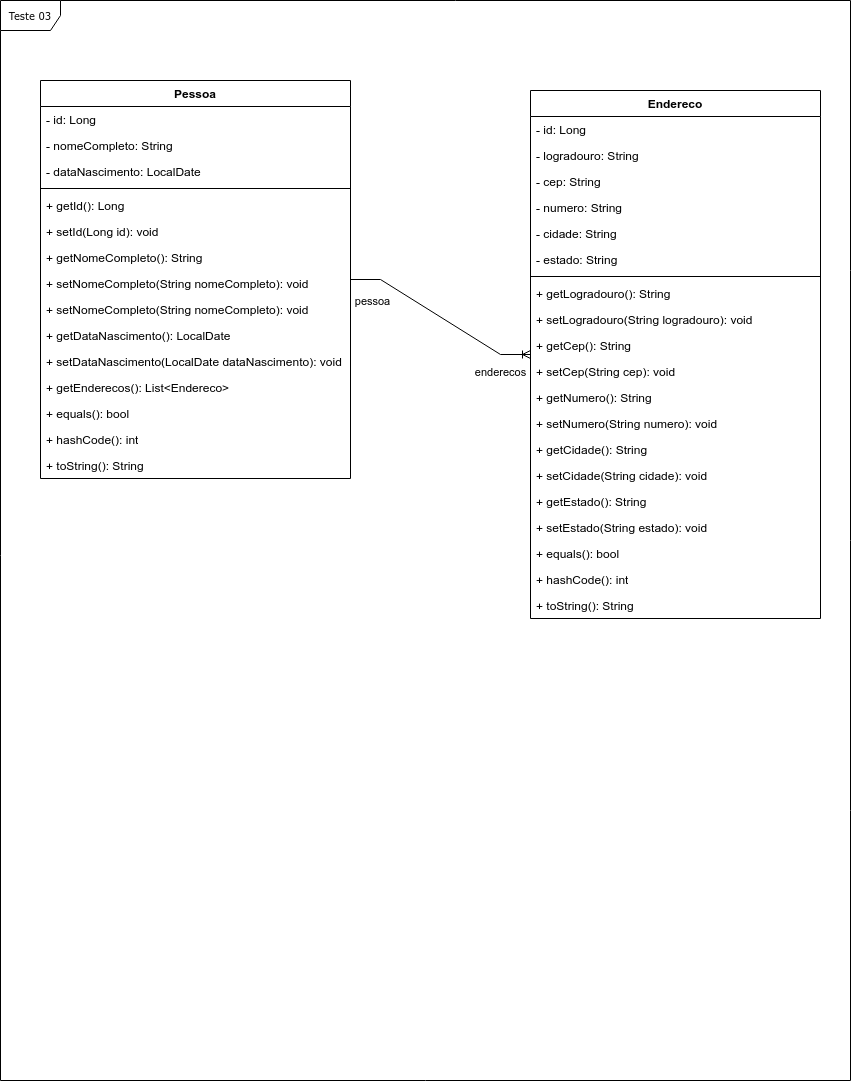
Before: assets/teste-03-diagrama.drawio.png, a diagram exported from draw.io (JuniorAC90/api-attus-teste-03). Source tidied: cells renumbered, new cells last; positions are measured from the earlier drawing's top-left corner, leaving out a move shared by most shapes.
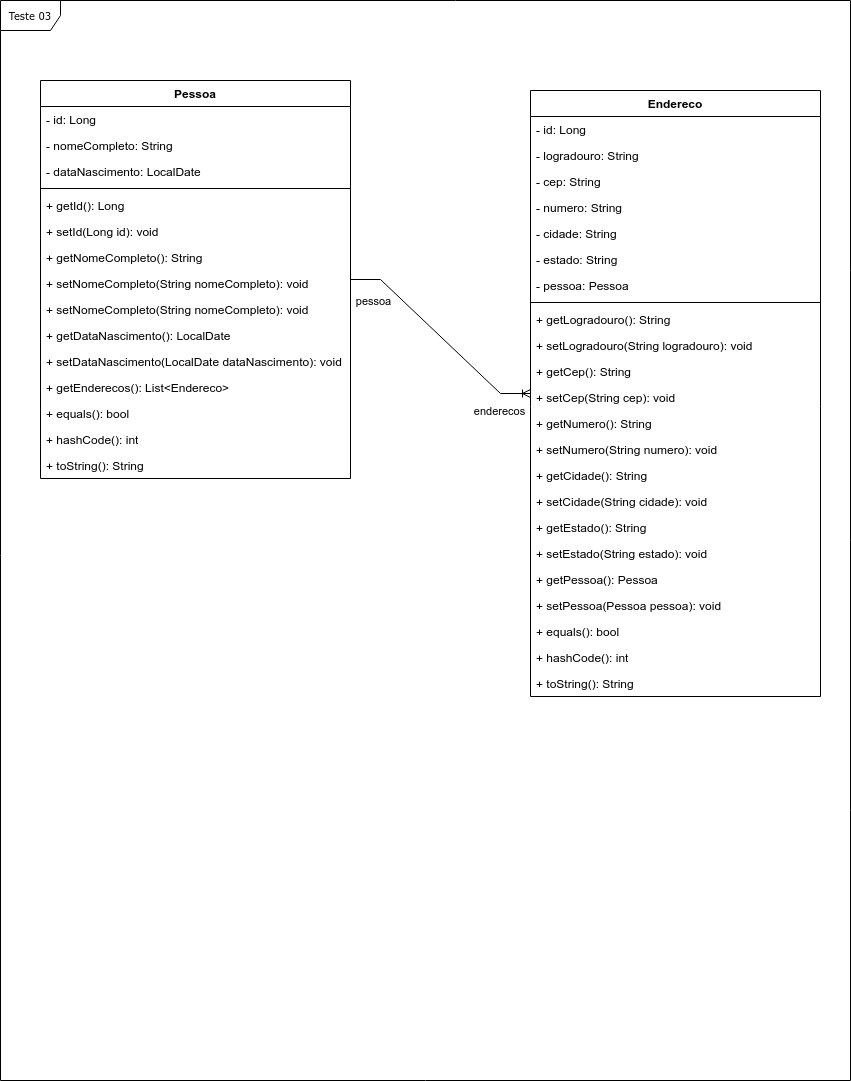
After the commit.

Commit message:
Criado o relacionamento entre as entidades Pessoa e Endereco

Diff of the diagram source:
```diff
@@ -54,7 +54,7 @@
       <mxGeometry y="372" width="310" height="26" as="geometry" />
     </mxCell>
     <mxCell id="19" value="Endereco" style="swimlane;fontStyle=1;align=center;verticalAlign=top;horizontal=1;startSize=26;whiteSpace=wrap;html=1;" parent="1" vertex="1">
-      <mxGeometry x="530" y="90" width="290" height="528" as="geometry" />
+      <mxGeometry x="530" y="90" width="290" height="606" as="geometry" />
     </mxCell>
     <mxCell id="20" value="- id: Long&lt;div&gt;&lt;br&gt;&lt;/div&gt;" style="text;strokeColor=none;fillColor=none;align=left;verticalAlign=top;spacingLeft=4;spacingRight=4;overflow=hidden;whiteSpace=wrap;html=1;" parent="19" vertex="1">
       <mxGeometry y="26" width="290" height="26" as="geometry" />
@@ -74,47 +74,56 @@
     <mxCell id="25" value="- estado: String" style="text;html=1;strokeColor=none;fillColor=none;align=left;verticalAlign=top;spacingLeft=4;spacingRight=4;whiteSpace=wrap;overflow=hidden;" parent="19" vertex="1">
       <mxGeometry y="156" width="290" height="26" as="geometry" />
     </mxCell>
+    <mxCell id="43" value="- pessoa: Pessoa&lt;div&gt;&lt;br&gt;&lt;/div&gt;" style="text;html=1;strokeColor=none;fillColor=none;align=left;verticalAlign=top;spacingLeft=4;spacingRight=4;whiteSpace=wrap;overflow=hidden;" parent="19" vertex="1">
+      <mxGeometry y="182" width="290" height="26" as="geometry" />
+    </mxCell>
     <mxCell id="26" style="line;strokeWidth=1;fillColor=none;align=left;verticalAlign=middle;spacingTop=-1;spacingLeft=3;spacingRight=3;labelPosition=right;strokeColor=inherit;" parent="19" vertex="1">
-      <mxGeometry y="182" width="290" height="8" as="geometry" />
+      <mxGeometry y="208" width="290" height="8" as="geometry" />
     </mxCell>
     <mxCell id="27" value="+ getLogradouro(): String" style="text;strokeColor=none;fillColor=none;align=left;verticalAlign=top;spacingLeft=4;spacingRight=4;overflow=hidden;whiteSpace=wrap;html=1;" parent="19" vertex="1">
-      <mxGeometry y="190" width="290" height="26" as="geometry" />
+      <mxGeometry y="216" width="290" height="26" as="geometry" />
     </mxCell>
     <mxCell id="28" value="+ setLogradouro(String logradouro): void" style="text;strokeColor=none;fillColor=none;align=left;verticalAlign=top;spacingLeft=4;spacingRight=4;overflow=hidden;whiteSpace=wrap;html=1;" parent="19" vertex="1">
-      <mxGeometry y="216" width="290" height="26" as="geometry" />
+      <mxGeometry y="242" width="290" height="26" as="geometry" />
     </mxCell>
     <mxCell id="29" value="+ getCep(): String" style="text;strokeColor=none;fillColor=none;align=left;verticalAlign=top;spacingLeft=4;spacingRight=4;overflow=hidden;whiteSpace=wrap;html=1;" parent="19" vertex="1">
-      <mxGeometry y="242" width="290" height="26" as="geometry" />
+      <mxGeometry y="268" width="290" height="26" as="geometry" />
     </mxCell>
     <mxCell id="30" value="+ setCep(String cep): void" style="text;strokeColor=none;fillColor=none;align=left;verticalAlign=top;spacingLeft=4;spacingRight=4;overflow=hidden;whiteSpace=wrap;html=1;" parent="19" vertex="1">
-      <mxGeometry y="268" width="290" height="26" as="geometry" />
+      <mxGeometry y="294" width="290" height="26" as="geometry" />
     </mxCell>
     <mxCell id="31" value="+ getNumero(): String" style="text;strokeColor=none;fillColor=none;align=left;verticalAlign=top;spacingLeft=4;spacingRight=4;overflow=hidden;whiteSpace=wrap;html=1;" parent="19" vertex="1">
-      <mxGeometry y="294" width="290" height="26" as="geometry" />
+      <mxGeometry y="320" width="290" height="26" as="geometry" />
     </mxCell>
     <mxCell id="32" value="+ setNumero(String numero): void" style="text;strokeColor=none;fillColor=none;align=left;verticalAlign=top;spacingLeft=4;spacingRight=4;overflow=hidden;whiteSpace=wrap;html=1;" parent="19" vertex="1">
-      <mxGeometry y="320" width="290" height="26" as="geometry" />
+      <mxGeometry y="346" width="290" height="26" as="geometry" />
     </mxCell>
     <mxCell id="33" value="+ getCidade(): String" style="text;strokeColor=none;fillColor=none;align=left;verticalAlign=top;spacingLeft=4;spacingRight=4;overflow=hidden;whiteSpace=wrap;html=1;" parent="19" vertex="1">
-      <mxGeometry y="346" width="290" height="26" as="geometry" />
+      <mxGeometry y="372" width="290" height="26" as="geometry" />
     </mxCell>
     <mxCell id="34" value="+ setCidade(String cidade): void" style="text;strokeColor=none;fillColor=none;align=left;verticalAlign=top;spacingLeft=4;spacingRight=4;overflow=hidden;whiteSpace=wrap;html=1;" parent="19" vertex="1">
-      <mxGeometry y="372" width="290" height="26" as="geometry" />
+      <mxGeometry y="398" width="290" height="26" as="geometry" />
     </mxCell>
     <mxCell id="35" value="+ getEstado(): String" style="text;strokeColor=none;fillColor=none;align=left;verticalAlign=top;spacingLeft=4;spacingRight=4;overflow=hidden;whiteSpace=wrap;html=1;" parent="19" vertex="1">
-      <mxGeometry y="398" width="290" height="26" as="geometry" />
+      <mxGeometry y="424" width="290" height="26" as="geometry" />
     </mxCell>
     <mxCell id="36" value="+ setEstado(String estado): void" style="text;strokeColor=none;fillColor=none;align=left;verticalAlign=top;spacingLeft=4;spacingRight=4;overflow=hidden;whiteSpace=wrap;html=1;" parent="19" vertex="1">
-      <mxGeometry y="424" width="290" height="26" as="geometry" />
+      <mxGeometry y="450" width="290" height="26" as="geometry" />
     </mxCell>
+    <mxCell id="44" value="+ getPessoa(): Pessoa" style="text;strokeColor=none;fillColor=none;align=left;verticalAlign=top;spacingLeft=4;spacingRight=4;overflow=hidden;whiteSpace=wrap;html=1;" parent="19" vertex="1">
+      <mxGeometry y="476" width="290" height="26" as="geometry" />
+    </mxCell>
+    <mxCell id="45" value="+ setPessoa(Pessoa pessoa): void" style="text;strokeColor=none;fillColor=none;align=left;verticalAlign=top;spacingLeft=4;spacingRight=4;overflow=hidden;whiteSpace=wrap;html=1;" parent="19" vertex="1">
+      <mxGeometry y="502" width="290" height="26" as="geometry" />
+    </mxCell>
     <mxCell id="37" value="+ equals(): bool" style="text;strokeColor=none;fillColor=none;align=left;verticalAlign=top;spacingLeft=4;spacingRight=4;overflow=hidden;whiteSpace=wrap;html=1;" parent="19" vertex="1">
-      <mxGeometry y="450" width="290" height="26" as="geometry" />
+      <mxGeometry y="528" width="290" height="26" as="geometry" />
     </mxCell>
     <mxCell id="38" value="+ hashCode(): int" style="text;strokeColor=none;fillColor=none;align=left;verticalAlign=top;spacingLeft=4;spacingRight=4;overflow=hidden;whiteSpace=wrap;html=1;" parent="19" vertex="1">
-      <mxGeometry y="476" width="290" height="26" as="geometry" />
+      <mxGeometry y="554" width="290" height="26" as="geometry" />
     </mxCell>
     <mxCell id="39" value="+ toString(): String" style="text;strokeColor=none;fillColor=none;align=left;verticalAlign=top;spacingLeft=4;spacingRight=4;overflow=hidden;whiteSpace=wrap;html=1;" parent="19" vertex="1">
-      <mxGeometry y="502" width="290" height="26" as="geometry" />
+      <mxGeometry y="580" width="290" height="26" as="geometry" />
     </mxCell>
     <mxCell id="40" style="edgeStyle=entityRelationEdgeStyle;fontSize=12;html=1;endArrow=ERoneToMany;rounded=0;" parent="1" edge="1" source="3" target="19">
       <mxGeometry relative="1" as="geometry" />
```
